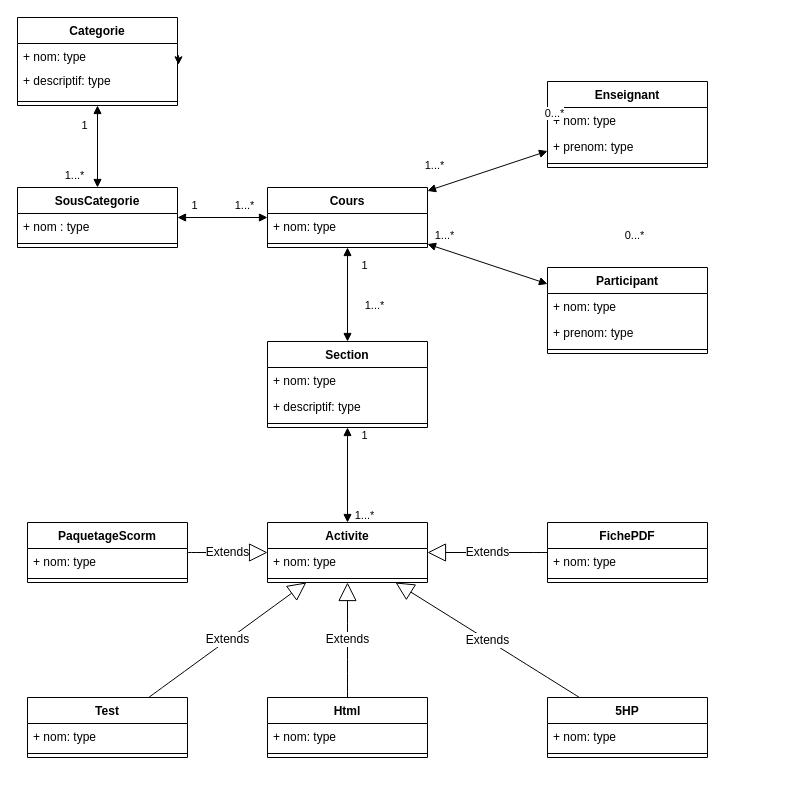
Above: MasKaret.drawio in jean-seb-2106/pythontest (draw.io), before the change. Source tidied: cells renumbered, new cells numbered last; positions are measured from the earlier drawing's top-left corner, leaving out a move shared by most shapes. Both pictures are drawn from the tidied source at 100%, with x=0, y=0 at pixel (17, 17).
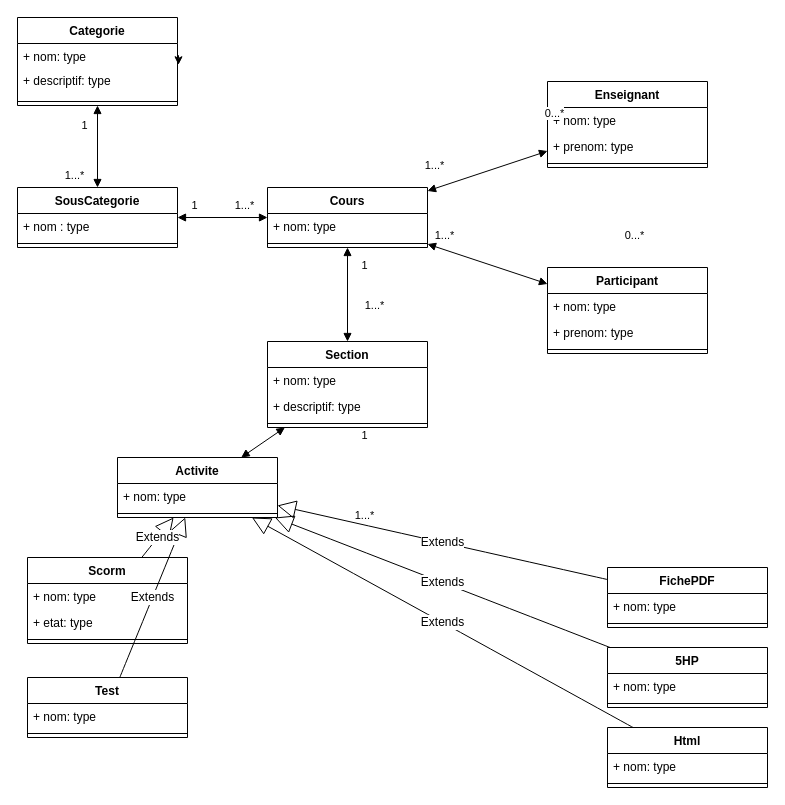
Above is the later version.

Commit message:
Mettre à jour MasKaret.drawio

What changed in the source:
```diff
@@
     <mxCell id="13" value="Activite" style="swimlane;fontStyle=1;align=center;verticalAlign=top;horizontal=1;startSize=26;whiteSpace=wrap;html=1;" parent="1" vertex="1">
-      <mxGeometry x="250" y="505" width="160" height="60" as="geometry" />
+      <mxGeometry x="100" y="440" width="160" height="60" as="geometry" />
     </mxCell>
@@
-    <mxCell id="24" value="PaquetageScorm" style="swimlane;fontStyle=1;align=center;verticalAlign=top;horizontal=1;startSize=26;whiteSpace=wrap;html=1;" parent="1" vertex="1">
-      <mxGeometry x="10" y="505" width="160" height="60" as="geometry" />
+    <mxCell id="24" value="Scorm" style="swimlane;fontStyle=1;align=center;verticalAlign=top;horizontal=1;startSize=26;whiteSpace=wrap;html=1;" parent="1" vertex="1">
+      <mxGeometry x="10" y="540" width="160" height="86" as="geometry" />
     </mxCell>
@@
+    <mxCell id="66" value="+ etat: type" style="text;strokeColor=none;fillColor=none;align=left;verticalAlign=top;spacingLeft=4;spacingRight=4;overflow=hidden;whiteSpace=wrap;html=1;" parent="24" vertex="1">
+      <mxGeometry y="52" width="160" height="26" as="geometry" />
+    </mxCell>
     <mxCell id="26" style="line;strokeWidth=1;fillColor=none;align=left;verticalAlign=middle;spacingTop=-1;spacingLeft=3;spacingRight=3;labelPosition=right;strokeColor=inherit;" parent="24" vertex="1">
-      <mxGeometry y="52" width="160" height="8" as="geometry" />
+      <mxGeometry y="78" width="160" height="8" as="geometry" />
     </mxCell>
@@
     <mxCell id="32" value="Test" style="swimlane;fontStyle=1;align=center;verticalAlign=top;horizontal=1;startSize=26;whiteSpace=wrap;html=1;" parent="1" vertex="1">
-      <mxGeometry x="10" y="680" width="160" height="60" as="geometry" />
+      <mxGeometry x="10" y="660" width="160" height="60" as="geometry" />
     </mxCell>
@@
     <mxCell id="35" value="FichePDF" style="swimlane;fontStyle=1;align=center;verticalAlign=top;horizontal=1;startSize=26;whiteSpace=wrap;html=1;" parent="1" vertex="1">
-      <mxGeometry x="530" y="505" width="160" height="60" as="geometry" />
+      <mxGeometry x="590" y="550" width="160" height="60" as="geometry" />
     </mxCell>
@@
     <mxCell id="49" value="Html" style="swimlane;fontStyle=1;align=center;verticalAlign=top;horizontal=1;startSize=26;whiteSpace=wrap;html=1;" parent="1" vertex="1">
-      <mxGeometry x="250" y="680" width="160" height="60" as="geometry" />
+      <mxGeometry x="590" y="710" width="160" height="60" as="geometry" />
     </mxCell>
@@
     <mxCell id="62" value="5HP" style="swimlane;fontStyle=1;align=center;verticalAlign=top;horizontal=1;startSize=26;whiteSpace=wrap;html=1;" parent="1" vertex="1">
-      <mxGeometry x="530" y="680" width="160" height="60" as="geometry" />
+      <mxGeometry x="590" y="630" width="160" height="60" as="geometry" />
     </mxCell>
```
